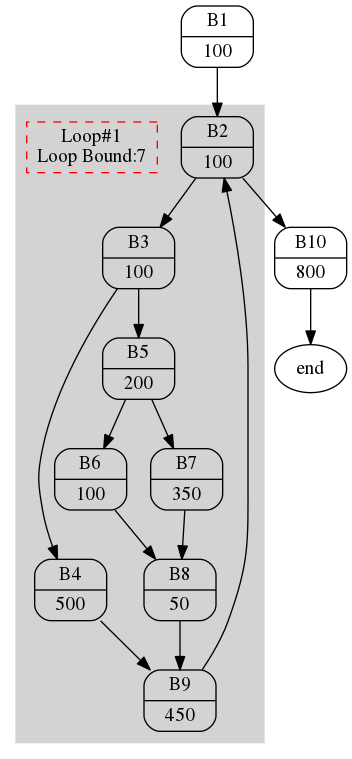
tsengs0/Intra-task-DVFS-simulator keeps this Graphviz diagram as cfg/task3.png. Above is the earlier version. Its source is kept beside it as cfg/task3.dot.
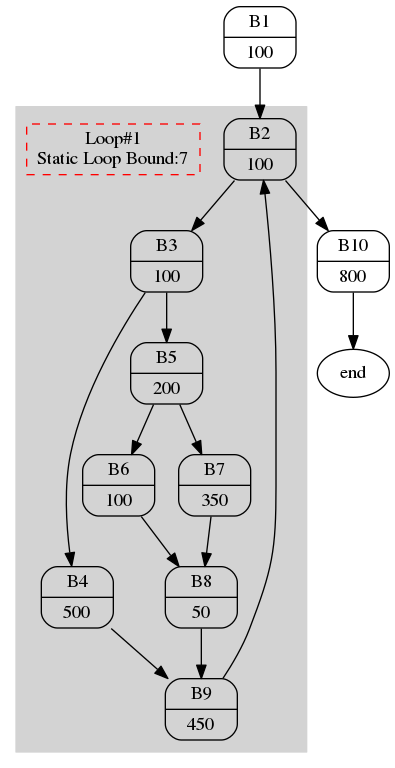
Later version of the same file.

Change to the diagram source:
```diff
@@ -13,7 +13,7 @@
 		proc8 -> proc9;
 		proc9 -> proc2;
 		A [
-		 label="Loop#1\nLoop Bound:7"
+		 label="Loop#1\nStatic Loop Bound:7"
 		 width = 1
 		 shape = box
 		 style = dashed
```
